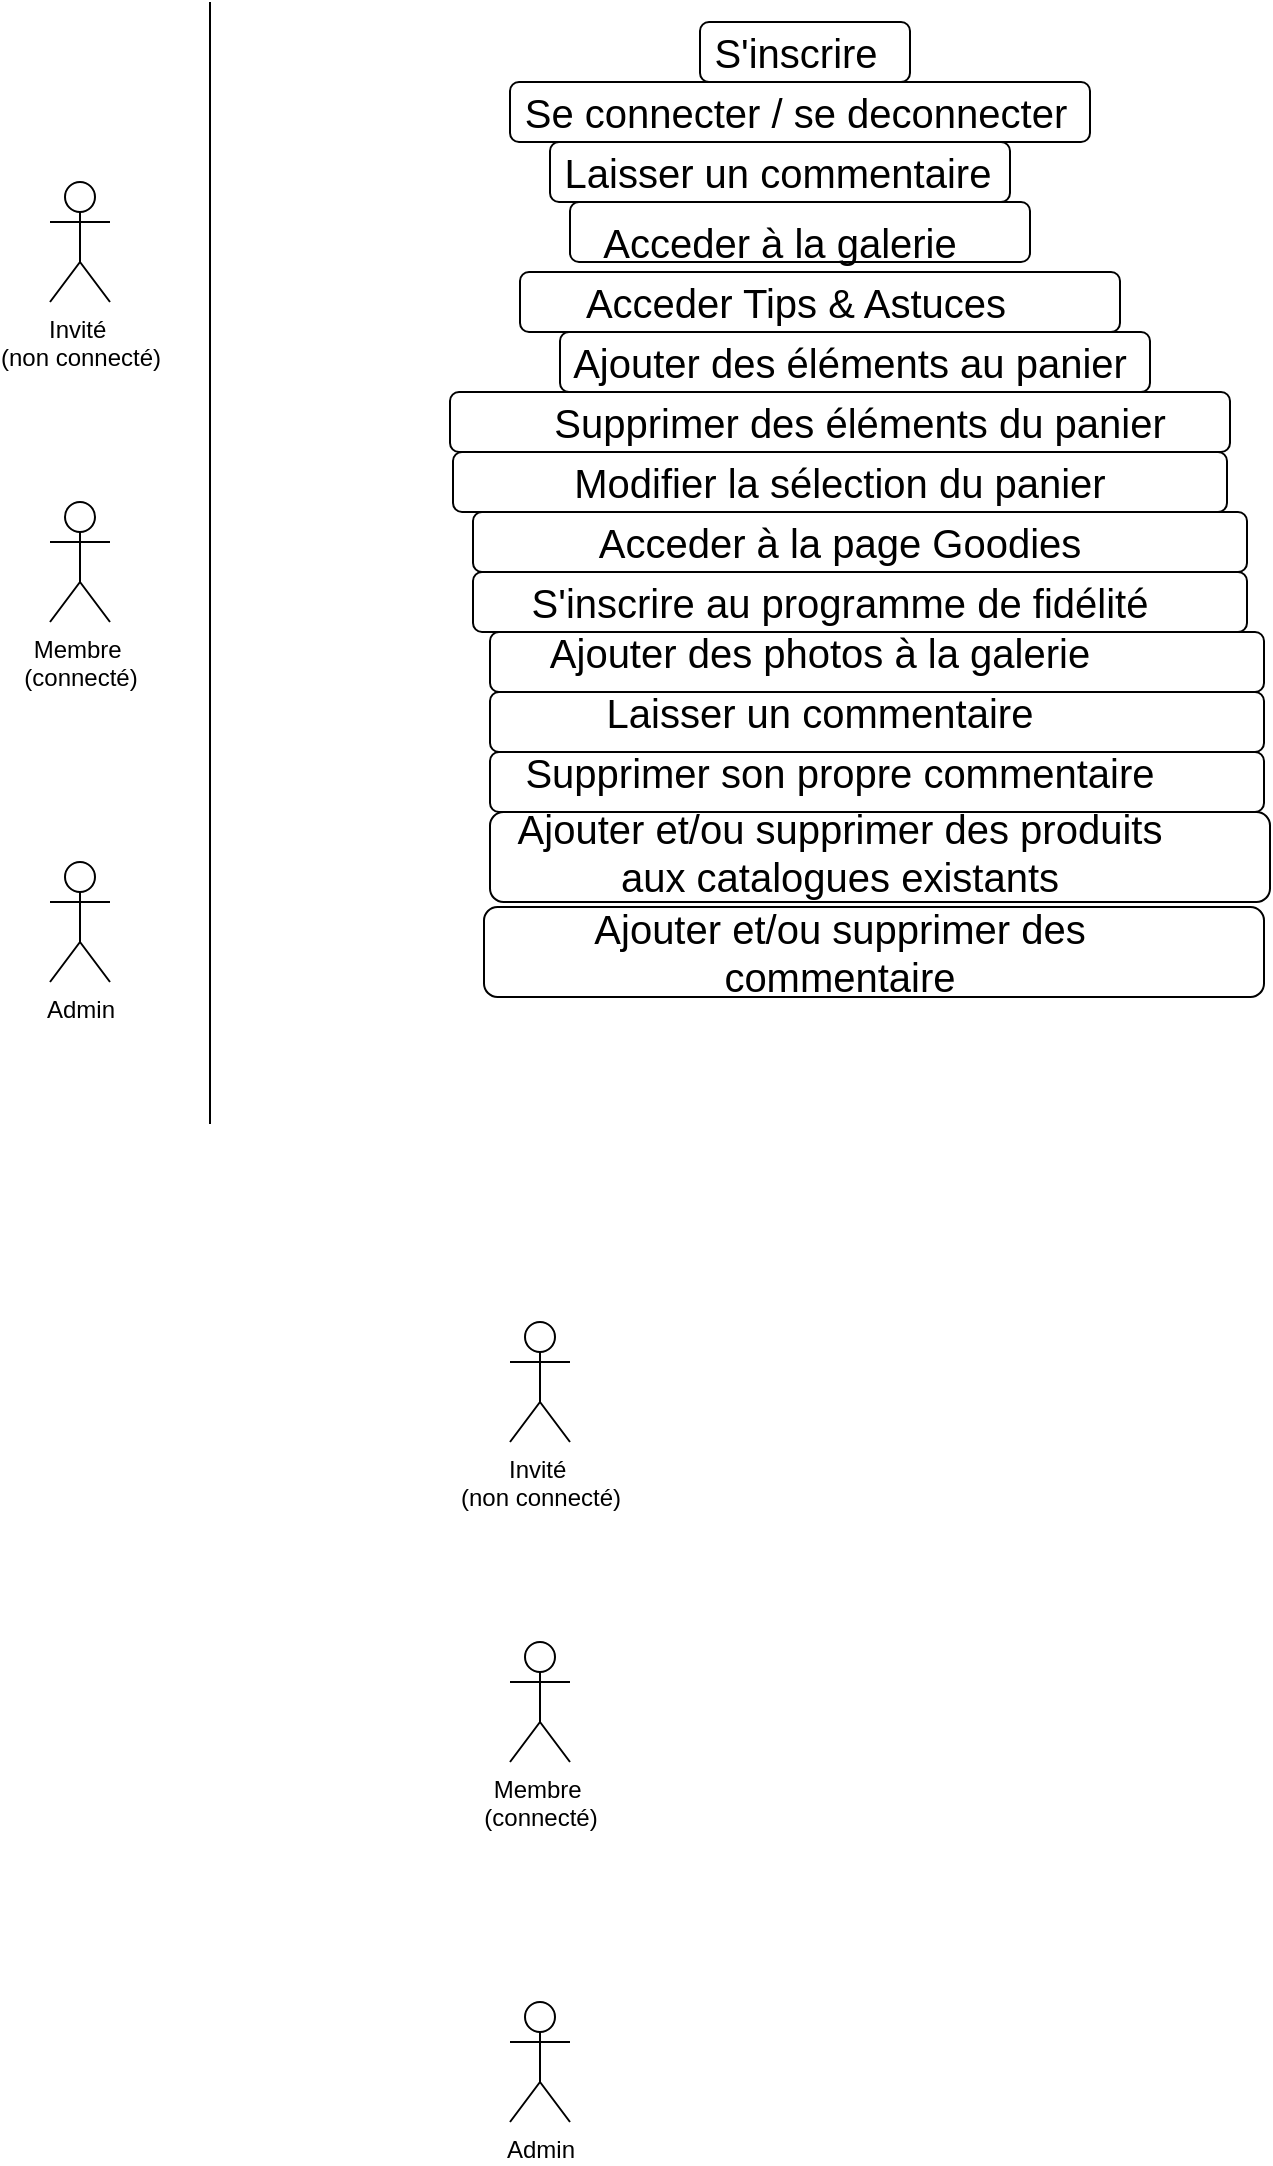
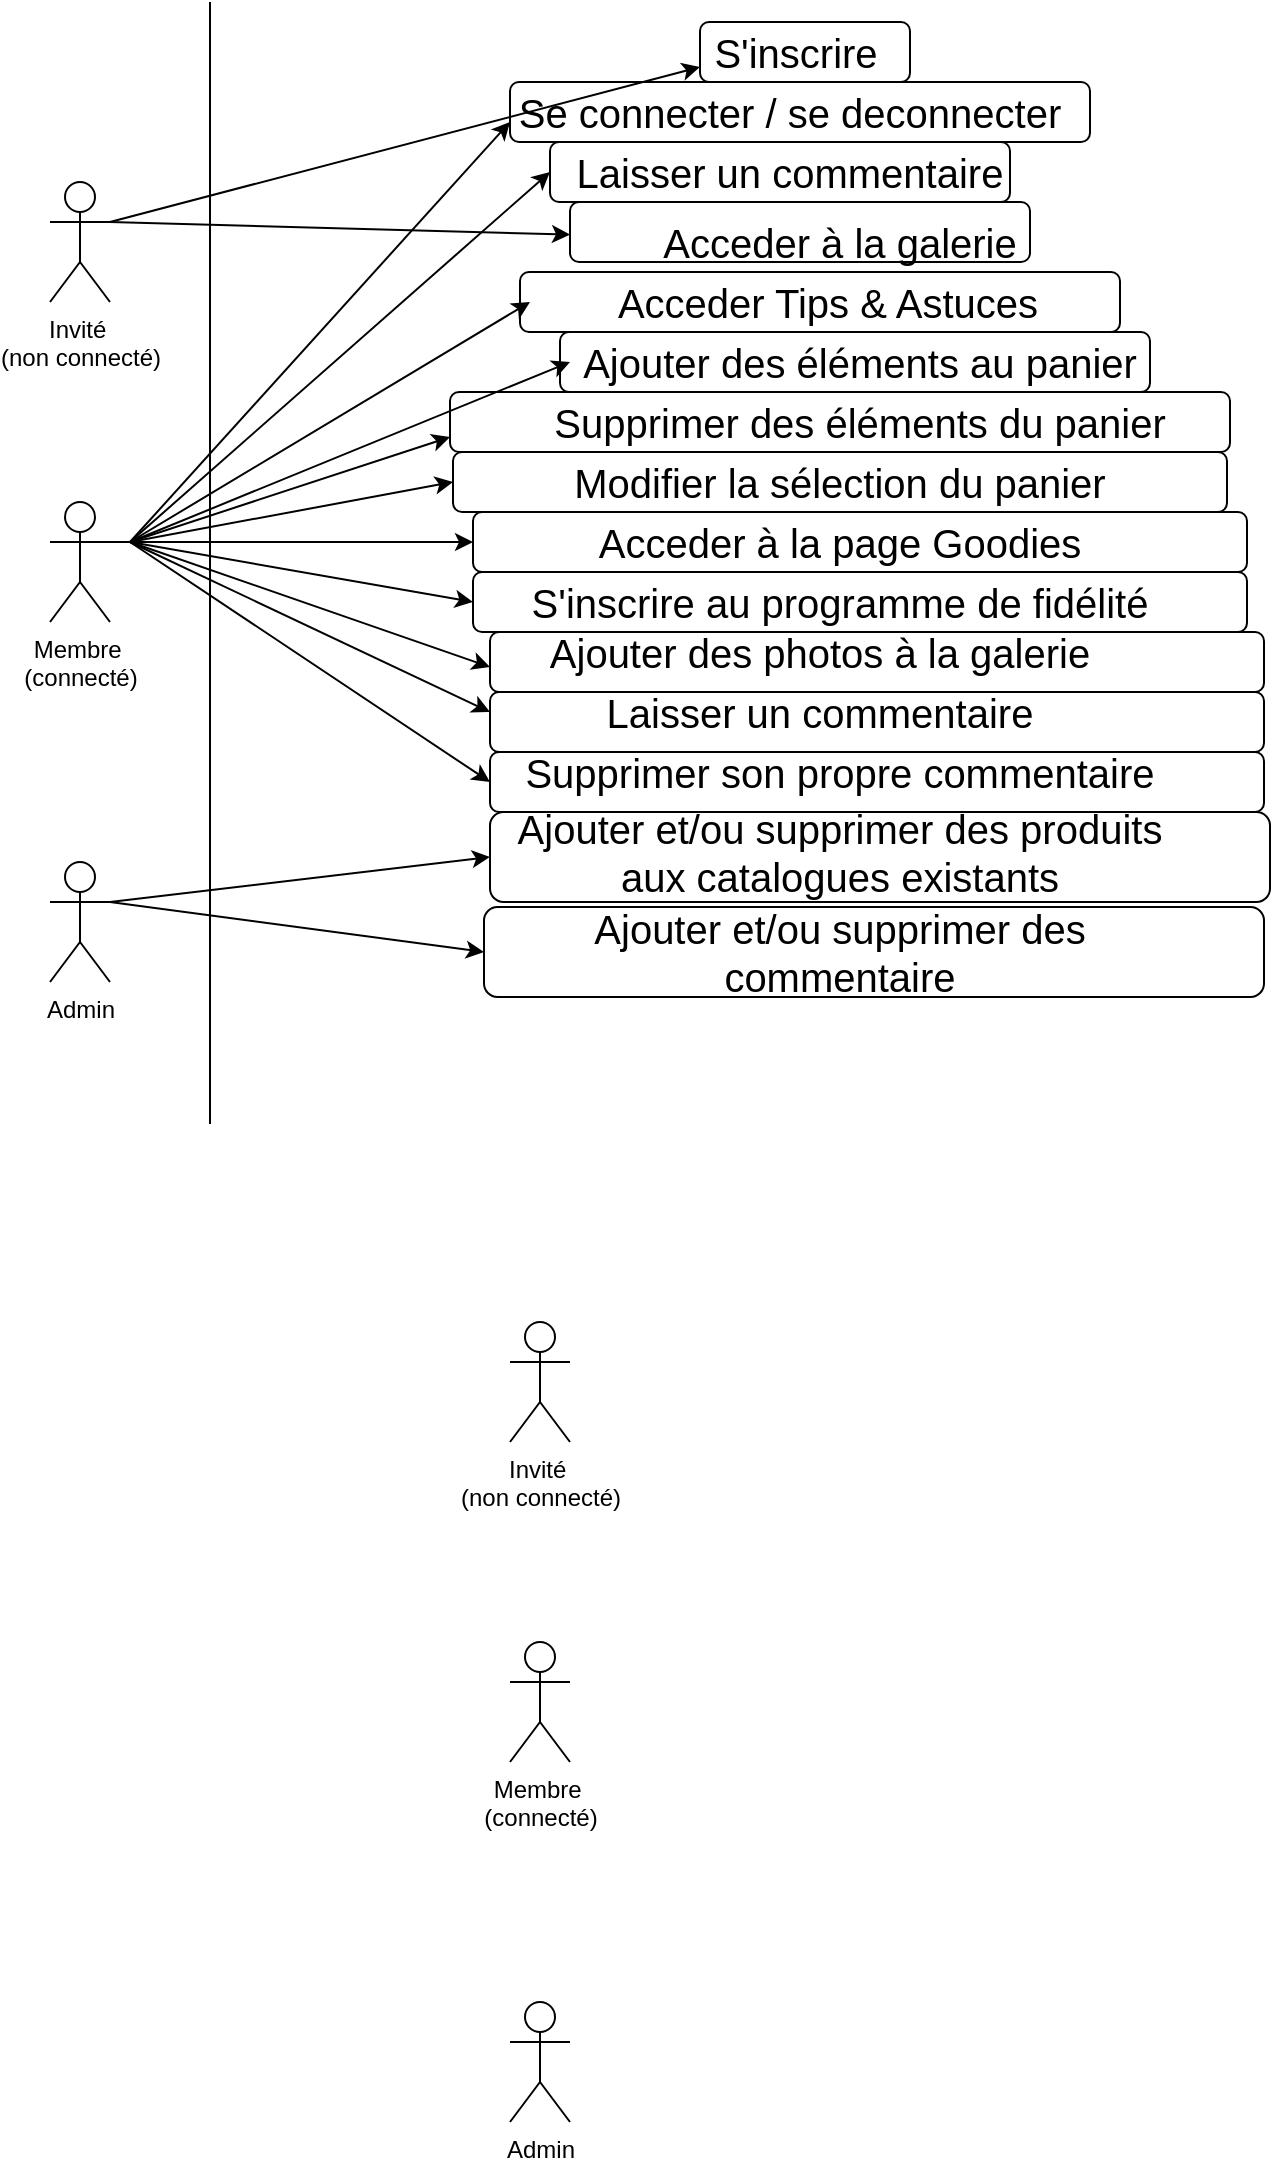
<mxfile host="app.diagrams.net">
  <diagram name="Page-1" id="Pb7PSRYx-VCgsQvfo_fu">
-     <mxGraphModel dx="1075" dy="581" grid="1" gridSize="10" guides="1" tooltips="1" connect="1" arrows="1" fold="1" page="1" pageScale="1" pageWidth="827" pageHeight="1169" math="0" shadow="0">
+     <mxGraphModel dx="660" dy="613" grid="1" gridSize="10" guides="1" tooltips="1" connect="1" arrows="1" fold="1" page="1" pageScale="1" pageWidth="827" pageHeight="1169" math="0" shadow="0">
      <root>
        <mxCell id="0" />
        <mxCell id="1" parent="0" />
        <mxCell id="BT8QfOYwBnoCNhZSspkT-35" parent="1" style="rounded=1;whiteSpace=wrap;html=1;" value="" vertex="1">
          <mxGeometry height="45" width="390" x="257" y="652.5" as="geometry" />
        </mxCell>
        <mxCell id="BT8QfOYwBnoCNhZSspkT-34" parent="1" style="rounded=1;whiteSpace=wrap;html=1;" value="" vertex="1">
          <mxGeometry height="45" width="390" x="260" y="605" as="geometry" />
        </mxCell>
        <mxCell id="BT8QfOYwBnoCNhZSspkT-33" parent="1" style="rounded=1;whiteSpace=wrap;html=1;" value="" vertex="1">
          <mxGeometry height="30" width="387" x="260" y="575" as="geometry" />
        </mxCell>
        <mxCell id="BT8QfOYwBnoCNhZSspkT-32" parent="1" style="rounded=1;whiteSpace=wrap;html=1;" value="" vertex="1">
          <mxGeometry height="30" width="387" x="260" y="545" as="geometry" />
        </mxCell>
        <mxCell id="BT8QfOYwBnoCNhZSspkT-31" parent="1" style="rounded=1;whiteSpace=wrap;html=1;" value="" vertex="1">
          <mxGeometry height="30" width="387" x="260" y="515" as="geometry" />
        </mxCell>
        <mxCell id="BT8QfOYwBnoCNhZSspkT-30" parent="1" style="rounded=1;whiteSpace=wrap;html=1;" value="" vertex="1">
          <mxGeometry height="30" width="387" x="251.5" y="485" as="geometry" />
        </mxCell>
        <mxCell id="BT8QfOYwBnoCNhZSspkT-29" parent="1" style="rounded=1;whiteSpace=wrap;html=1;" value="" vertex="1">
          <mxGeometry height="30" width="387" x="251.5" y="455" as="geometry" />
        </mxCell>
        <mxCell id="BT8QfOYwBnoCNhZSspkT-28" parent="1" style="rounded=1;whiteSpace=wrap;html=1;" value="" vertex="1">
          <mxGeometry height="30" width="387" x="241.5" y="425" as="geometry" />
        </mxCell>
        <mxCell id="BT8QfOYwBnoCNhZSspkT-27" parent="1" style="rounded=1;whiteSpace=wrap;html=1;" value="" vertex="1">
          <mxGeometry height="30" width="390" x="240" y="395" as="geometry" />
        </mxCell>
        <mxCell id="BT8QfOYwBnoCNhZSspkT-26" parent="1" style="rounded=1;whiteSpace=wrap;html=1;" value="" vertex="1">
          <mxGeometry height="30" width="295" x="295" y="365" as="geometry" />
        </mxCell>
        <mxCell id="BT8QfOYwBnoCNhZSspkT-24" parent="1" style="rounded=1;whiteSpace=wrap;html=1;" value="" vertex="1">
          <mxGeometry height="30" width="230" x="300" y="300" as="geometry" />
        </mxCell>
        <mxCell id="BT8QfOYwBnoCNhZSspkT-7" parent="1" style="text;html=1;whiteSpace=wrap;strokeColor=none;fillColor=none;align=center;verticalAlign=middle;rounded=0;" value="&lt;span style=&quot;font-size: 20px;&quot;&gt;Acceder à la galerie&lt;/span&gt;" vertex="1">
-           <mxGeometry height="30" width="330" x="240" y="305" as="geometry" />
+           <mxGeometry height="30" width="270" x="300" y="305" as="geometry" />
        </mxCell>
        <mxCell id="BT8QfOYwBnoCNhZSspkT-25" parent="1" style="rounded=1;whiteSpace=wrap;html=1;" value="" vertex="1">
          <mxGeometry height="30" width="300" x="275" y="335" as="geometry" />
        </mxCell>
        <mxCell id="BT8QfOYwBnoCNhZSspkT-23" parent="1" style="rounded=1;whiteSpace=wrap;html=1;" value="" vertex="1">
          <mxGeometry height="30" width="230" x="290" y="270" as="geometry" />
        </mxCell>
        <mxCell id="BT8QfOYwBnoCNhZSspkT-22" parent="1" style="rounded=1;whiteSpace=wrap;html=1;" value="" vertex="1">
          <mxGeometry height="30" width="290" x="270" y="240" as="geometry" />
        </mxCell>
        <mxCell id="BT8QfOYwBnoCNhZSspkT-21" parent="1" style="rounded=1;whiteSpace=wrap;html=1;" value="" vertex="1">
          <mxGeometry height="30" width="105" x="365" y="210" as="geometry" />
        </mxCell>
        <mxCell id="jkcWPqH9YEO6JfAwA3Im-5" parent="1" style="shape=umlActor;verticalLabelPosition=bottom;verticalAlign=top;html=1;outlineConnect=0;" value="Invité&amp;nbsp;&lt;br&gt;(non connecté)" vertex="1">
          <mxGeometry height="60" width="30" x="40" y="290" as="geometry" />
        </mxCell>
        <mxCell id="jkcWPqH9YEO6JfAwA3Im-6" parent="1" style="shape=umlActor;verticalLabelPosition=bottom;verticalAlign=top;html=1;outlineConnect=0;" value="Membre&amp;nbsp;&lt;br&gt;(connecté)" vertex="1">
          <mxGeometry height="60" width="30" x="40" y="450" as="geometry" />
        </mxCell>
        <mxCell id="jkcWPqH9YEO6JfAwA3Im-7" parent="1" style="shape=umlActor;verticalLabelPosition=bottom;verticalAlign=top;html=1;outlineConnect=0;" value="Admin" vertex="1">
          <mxGeometry height="60" width="30" x="40" y="630" as="geometry" />
        </mxCell>
        <mxCell id="jkcWPqH9YEO6JfAwA3Im-8" edge="1" parent="1" style="endArrow=none;html=1;rounded=0;" value="">
          <mxGeometry height="50" relative="1" width="50" as="geometry">
            <mxPoint x="120" y="761" as="sourcePoint" />
            <mxPoint x="120" y="200" as="targetPoint" />
          </mxGeometry>
        </mxCell>
        <mxCell id="BT8QfOYwBnoCNhZSspkT-1" parent="1" style="text;html=1;whiteSpace=wrap;strokeColor=none;fillColor=none;align=center;verticalAlign=middle;rounded=0;" value="&lt;font style=&quot;font-size: 20px;&quot;&gt;S&#39;inscrire&lt;/font&gt;" vertex="1">
          <mxGeometry height="30" width="60" x="383" y="210" as="geometry" />
        </mxCell>
        <mxCell id="BT8QfOYwBnoCNhZSspkT-2" parent="1" style="shape=umlActor;verticalLabelPosition=bottom;verticalAlign=top;html=1;outlineConnect=0;" value="Invité&amp;nbsp;&lt;br&gt;(non connecté)" vertex="1">
          <mxGeometry height="60" width="30" x="270" y="860" as="geometry" />
        </mxCell>
        <mxCell id="BT8QfOYwBnoCNhZSspkT-3" parent="1" style="shape=umlActor;verticalLabelPosition=bottom;verticalAlign=top;html=1;outlineConnect=0;" value="Membre&amp;nbsp;&lt;br&gt;(connecté)" vertex="1">
          <mxGeometry height="60" width="30" x="270" y="1020" as="geometry" />
        </mxCell>
        <mxCell id="BT8QfOYwBnoCNhZSspkT-4" parent="1" style="shape=umlActor;verticalLabelPosition=bottom;verticalAlign=top;html=1;outlineConnect=0;" value="Admin" vertex="1">
          <mxGeometry height="60" width="30" x="270" y="1200" as="geometry" />
        </mxCell>
        <mxCell id="BT8QfOYwBnoCNhZSspkT-5" parent="1" style="text;html=1;whiteSpace=wrap;strokeColor=none;fillColor=none;align=center;verticalAlign=middle;rounded=0;" value="&lt;font style=&quot;font-size: 20px;&quot;&gt;Se connecter / se deconnecter&lt;/font&gt;" vertex="1">
-           <mxGeometry height="30" width="330" x="248" y="240" as="geometry" />
+           <mxGeometry height="30" width="280" x="270" y="240" as="geometry" />
        </mxCell>
        <mxCell id="BT8QfOYwBnoCNhZSspkT-6" parent="1" style="text;html=1;whiteSpace=wrap;strokeColor=none;fillColor=none;align=center;verticalAlign=middle;rounded=0;" value="&lt;font style=&quot;font-size: 20px;&quot;&gt;Laisser un commentaire&lt;/font&gt;" vertex="1">
-           <mxGeometry height="30" width="312" x="248" y="270" as="geometry" />
+           <mxGeometry height="30" width="240" x="290" y="270" as="geometry" />
        </mxCell>
        <mxCell id="BT8QfOYwBnoCNhZSspkT-9" parent="1" style="text;html=1;whiteSpace=wrap;strokeColor=none;fillColor=none;align=center;verticalAlign=middle;rounded=0;" value="&lt;font style=&quot;font-size: 20px;&quot;&gt;Acceder Tips &amp;amp; Astuces&lt;/font&gt;" vertex="1">
-           <mxGeometry height="30" width="330" x="248" y="335" as="geometry" />
+           <mxGeometry height="30" width="298" x="280" y="335" as="geometry" />
        </mxCell>
        <mxCell id="BT8QfOYwBnoCNhZSspkT-10" parent="1" style="text;html=1;whiteSpace=wrap;strokeColor=none;fillColor=none;align=center;verticalAlign=middle;rounded=0;" value="&lt;font style=&quot;font-size: 20px;&quot;&gt;Ajouter des éléments au panier&lt;/font&gt;" vertex="1">
-           <mxGeometry height="30" width="330" x="275" y="365" as="geometry" />
+           <mxGeometry height="30" width="290" x="300" y="365" as="geometry" />
        </mxCell>
        <mxCell id="BT8QfOYwBnoCNhZSspkT-11" parent="1" style="text;html=1;whiteSpace=wrap;strokeColor=none;fillColor=none;align=center;verticalAlign=middle;rounded=0;" value="&lt;font style=&quot;font-size: 20px;&quot;&gt;Supprimer des éléments du panier&lt;/font&gt;" vertex="1">
          <mxGeometry height="30" width="330" x="280" y="395" as="geometry" />
        </mxCell>
        <mxCell id="BT8QfOYwBnoCNhZSspkT-12" parent="1" style="text;html=1;whiteSpace=wrap;strokeColor=none;fillColor=none;align=center;verticalAlign=middle;rounded=0;" value="&lt;font style=&quot;font-size: 20px;&quot;&gt;Modifier la sélection du panier&lt;/font&gt;" vertex="1">
          <mxGeometry height="30" width="330" x="270" y="425" as="geometry" />
        </mxCell>
        <mxCell id="BT8QfOYwBnoCNhZSspkT-13" parent="1" style="text;html=1;whiteSpace=wrap;strokeColor=none;fillColor=none;align=center;verticalAlign=middle;rounded=0;" value="&lt;font style=&quot;font-size: 20px;&quot;&gt;Acceder à la page Goodies&lt;/font&gt;" vertex="1">
          <mxGeometry height="30" width="330" x="270" y="455" as="geometry" />
        </mxCell>
        <mxCell id="BT8QfOYwBnoCNhZSspkT-14" parent="1" style="text;html=1;whiteSpace=wrap;strokeColor=none;fillColor=none;align=center;verticalAlign=middle;rounded=0;" value="&lt;font style=&quot;font-size: 20px;&quot;&gt;S&#39;inscrire au programme de fidélité&lt;/font&gt;" vertex="1">
          <mxGeometry height="30" width="330" x="270" y="485" as="geometry" />
        </mxCell>
        <mxCell id="BT8QfOYwBnoCNhZSspkT-15" parent="1" style="text;html=1;whiteSpace=wrap;strokeColor=none;fillColor=none;align=center;verticalAlign=middle;rounded=0;" value="&lt;font style=&quot;font-size: 20px;&quot;&gt;Ajouter des photos à la galerie&lt;/font&gt;" vertex="1">
          <mxGeometry height="30" width="330" x="260" y="510" as="geometry" />
        </mxCell>
        <mxCell id="BT8QfOYwBnoCNhZSspkT-16" parent="1" style="text;html=1;whiteSpace=wrap;strokeColor=none;fillColor=none;align=center;verticalAlign=middle;rounded=0;" value="&lt;font style=&quot;font-size: 20px;&quot;&gt;Ajouter et/ou supprimer des produits aux catalogues existants&lt;/font&gt;" vertex="1">
          <mxGeometry height="30" width="330" x="270" y="610" as="geometry" />
        </mxCell>
        <mxCell id="BT8QfOYwBnoCNhZSspkT-17" parent="1" style="text;html=1;whiteSpace=wrap;strokeColor=none;fillColor=none;align=center;verticalAlign=middle;rounded=0;" value="&lt;font style=&quot;font-size: 20px;&quot;&gt;Ajouter et/ou supprimer des commentaire&lt;/font&gt;" vertex="1">
          <mxGeometry height="30" width="330" x="270" y="660" as="geometry" />
        </mxCell>
        <mxCell id="BT8QfOYwBnoCNhZSspkT-18" parent="1" style="text;html=1;whiteSpace=wrap;strokeColor=none;fillColor=none;align=center;verticalAlign=middle;rounded=0;" value="&lt;font style=&quot;font-size: 20px;&quot;&gt;Laisser un commentaire&lt;/font&gt;" vertex="1">
          <mxGeometry height="30" width="330" x="260" y="540" as="geometry" />
        </mxCell>
        <mxCell id="BT8QfOYwBnoCNhZSspkT-19" parent="1" style="text;html=1;whiteSpace=wrap;strokeColor=none;fillColor=none;align=center;verticalAlign=middle;rounded=0;" value="&lt;span style=&quot;font-size: 20px;&quot;&gt;Supprimer son propre commentaire&lt;/span&gt;" vertex="1">
          <mxGeometry height="30" width="330" x="270" y="570" as="geometry" />
+         </mxCell>
+         <mxCell id="BT8QfOYwBnoCNhZSspkT-36" edge="1" parent="1" style="endArrow=classic;html=1;rounded=0;entryX=0;entryY=0.75;entryDx=0;entryDy=0;" target="BT8QfOYwBnoCNhZSspkT-21" value="">
+           <mxGeometry height="50" relative="1" width="50" as="geometry">
+             <mxPoint x="70" y="310" as="sourcePoint" />
+             <mxPoint x="590" y="410" as="targetPoint" />
+           </mxGeometry>
+         </mxCell>
+         <mxCell id="BT8QfOYwBnoCNhZSspkT-37" edge="1" parent="1" source="jkcWPqH9YEO6JfAwA3Im-5" style="endArrow=classic;html=1;rounded=0;exitX=1;exitY=0.3333333333333333;exitDx=0;exitDy=0;exitPerimeter=0;" target="BT8QfOYwBnoCNhZSspkT-7" value="">
+           <mxGeometry height="50" relative="1" width="50" as="geometry">
+             <mxPoint x="540" y="460" as="sourcePoint" />
+             <mxPoint x="590" y="410" as="targetPoint" />
+           </mxGeometry>
+         </mxCell>
+         <mxCell id="BT8QfOYwBnoCNhZSspkT-38" edge="1" parent="1" source="jkcWPqH9YEO6JfAwA3Im-6" style="endArrow=classic;html=1;rounded=0;exitX=1;exitY=0.3333333333333333;exitDx=0;exitDy=0;exitPerimeter=0;entryX=0;entryY=0.5;entryDx=0;entryDy=0;" target="BT8QfOYwBnoCNhZSspkT-29" value="">
+           <mxGeometry height="50" relative="1" width="50" as="geometry">
+             <mxPoint x="540" y="460" as="sourcePoint" />
+             <mxPoint x="240" y="470" as="targetPoint" />
+           </mxGeometry>
+         </mxCell>
+         <mxCell id="BT8QfOYwBnoCNhZSspkT-39" edge="1" parent="1" style="endArrow=classic;html=1;rounded=0;entryX=0;entryY=0.5;entryDx=0;entryDy=0;" target="BT8QfOYwBnoCNhZSspkT-30" value="">
+           <mxGeometry height="50" relative="1" width="50" as="geometry">
+             <mxPoint x="80" y="470" as="sourcePoint" />
+             <mxPoint x="200" y="520" as="targetPoint" />
+           </mxGeometry>
+         </mxCell>
+         <mxCell id="BT8QfOYwBnoCNhZSspkT-41" edge="1" parent="1" style="endArrow=classic;html=1;rounded=0;entryX=0;entryY=0.5;entryDx=0;entryDy=0;" target="BT8QfOYwBnoCNhZSspkT-28" value="">
+           <mxGeometry height="50" relative="1" width="50" as="geometry">
+             <mxPoint x="80" y="470" as="sourcePoint" />
+             <mxPoint x="190" y="410" as="targetPoint" />
+           </mxGeometry>
+         </mxCell>
+         <mxCell id="BT8QfOYwBnoCNhZSspkT-42" edge="1" parent="1" source="jkcWPqH9YEO6JfAwA3Im-7" style="endArrow=classic;html=1;rounded=0;exitX=1;exitY=0.3333333333333333;exitDx=0;exitDy=0;exitPerimeter=0;entryX=0;entryY=0.5;entryDx=0;entryDy=0;" target="BT8QfOYwBnoCNhZSspkT-35" value="">
+           <mxGeometry height="50" relative="1" width="50" as="geometry">
+             <mxPoint x="120" y="670" as="sourcePoint" />
+             <mxPoint x="170" y="620" as="targetPoint" />
+           </mxGeometry>
+         </mxCell>
+         <mxCell id="BT8QfOYwBnoCNhZSspkT-43" edge="1" parent="1" style="endArrow=classic;html=1;rounded=0;entryX=0;entryY=0.5;entryDx=0;entryDy=0;" target="BT8QfOYwBnoCNhZSspkT-34" value="">
+           <mxGeometry height="50" relative="1" width="50" as="geometry">
+             <mxPoint x="70" y="650" as="sourcePoint" />
+             <mxPoint x="120" y="600" as="targetPoint" />
+           </mxGeometry>
+         </mxCell>
+         <mxCell id="BT8QfOYwBnoCNhZSspkT-44" edge="1" parent="1" style="endArrow=classic;html=1;rounded=0;entryX=0;entryY=0.75;entryDx=0;entryDy=0;" target="BT8QfOYwBnoCNhZSspkT-15" value="">
+           <mxGeometry height="50" relative="1" width="50" as="geometry">
+             <mxPoint x="80" y="470" as="sourcePoint" />
+             <mxPoint x="130" y="420" as="targetPoint" />
+           </mxGeometry>
+         </mxCell>
+         <mxCell id="BT8QfOYwBnoCNhZSspkT-45" edge="1" parent="1" style="endArrow=classic;html=1;rounded=0;entryX=0;entryY=0.5;entryDx=0;entryDy=0;" target="BT8QfOYwBnoCNhZSspkT-18" value="">
+           <mxGeometry height="50" relative="1" width="50" as="geometry">
+             <mxPoint x="80" y="470" as="sourcePoint" />
+             <mxPoint x="130" y="420" as="targetPoint" />
+           </mxGeometry>
+         </mxCell>
+         <mxCell id="BT8QfOYwBnoCNhZSspkT-46" edge="1" parent="1" style="endArrow=classic;html=1;rounded=0;entryX=0;entryY=0.5;entryDx=0;entryDy=0;" target="BT8QfOYwBnoCNhZSspkT-33" value="">
+           <mxGeometry height="50" relative="1" width="50" as="geometry">
+             <mxPoint x="80" y="470" as="sourcePoint" />
+             <mxPoint x="130" y="420" as="targetPoint" />
+           </mxGeometry>
+         </mxCell>
+         <mxCell id="BT8QfOYwBnoCNhZSspkT-47" edge="1" parent="1" style="endArrow=classic;html=1;rounded=0;entryX=0;entryY=0.5;entryDx=0;entryDy=0;" target="BT8QfOYwBnoCNhZSspkT-9" value="">
+           <mxGeometry height="50" relative="1" width="50" as="geometry">
+             <mxPoint x="80" y="470" as="sourcePoint" />
+             <mxPoint x="130" y="420" as="targetPoint" />
+           </mxGeometry>
+         </mxCell>
+         <mxCell id="BT8QfOYwBnoCNhZSspkT-48" edge="1" parent="1" style="endArrow=classic;html=1;rounded=0;entryX=0;entryY=0.5;entryDx=0;entryDy=0;" target="BT8QfOYwBnoCNhZSspkT-6" value="">
+           <mxGeometry height="50" relative="1" width="50" as="geometry">
+             <mxPoint x="80" y="470" as="sourcePoint" />
+             <mxPoint x="130" y="420" as="targetPoint" />
+           </mxGeometry>
+         </mxCell>
+         <mxCell id="BT8QfOYwBnoCNhZSspkT-49" edge="1" parent="1" style="endArrow=classic;html=1;rounded=0;entryX=0;entryY=0.5;entryDx=0;entryDy=0;" target="BT8QfOYwBnoCNhZSspkT-10" value="">
+           <mxGeometry height="50" relative="1" width="50" as="geometry">
+             <mxPoint x="80" y="470" as="sourcePoint" />
+             <mxPoint x="130" y="420" as="targetPoint" />
+           </mxGeometry>
+         </mxCell>
+         <mxCell id="BT8QfOYwBnoCNhZSspkT-50" edge="1" parent="1" style="endArrow=classic;html=1;rounded=0;entryX=0;entryY=0.75;entryDx=0;entryDy=0;" target="BT8QfOYwBnoCNhZSspkT-27" value="">
+           <mxGeometry height="50" relative="1" width="50" as="geometry">
+             <mxPoint x="80" y="470" as="sourcePoint" />
+             <mxPoint x="130" y="420" as="targetPoint" />
+           </mxGeometry>
+         </mxCell>
+         <mxCell id="BT8QfOYwBnoCNhZSspkT-51" edge="1" parent="1" style="endArrow=classic;html=1;rounded=0;" value="">
+           <mxGeometry height="50" relative="1" width="50" as="geometry">
+             <mxPoint x="80" y="470" as="sourcePoint" />
+             <mxPoint x="270" y="260" as="targetPoint" />
+           </mxGeometry>
        </mxCell>
      </root>
    </mxGraphModel>
  </diagram>
</mxfile>
